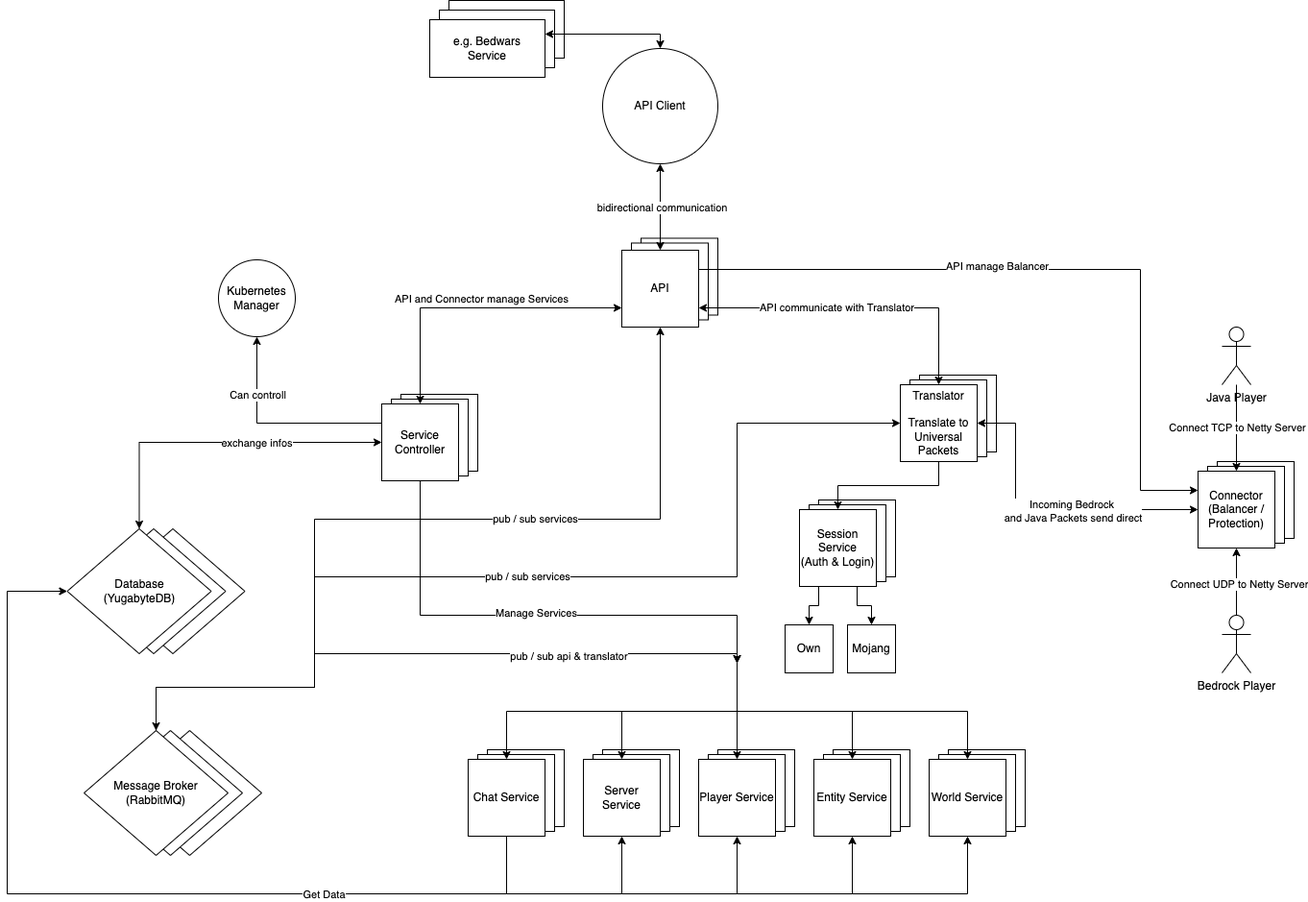
The draw.io diagram images/overview.png in Layercraft/Infos, before a commit. Source tidied: cells renumbered, new cells last; positions are measured from the earlier drawing's top-left corner, leaving out a move shared by most shapes.
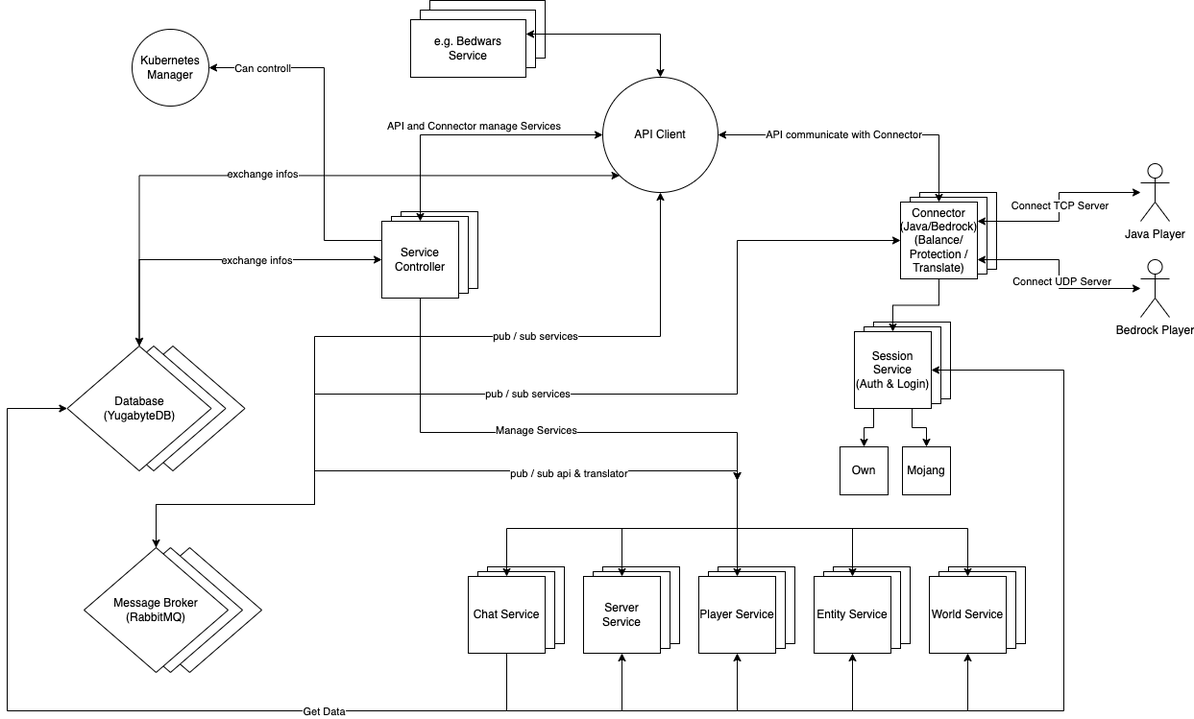
After the change.

Commit message:
Remove Translator and API Server

Change to the diagram source:
```diff
@@ -15,29 +15,17 @@
       <mxGeometry x="77.5" y="550" width="150" height="130" as="geometry" />
     </mxCell>
     <mxCell id="6" style="rounded=0;whiteSpace=wrap;html=1;" parent="1" vertex="1">
-      <mxGeometry x="460" width="120" height="60" as="geometry" />
+      <mxGeometry x="440" y="190" width="120" height="60" as="geometry" />
     </mxCell>
     <mxCell id="7" style="rounded=0;whiteSpace=wrap;html=1;" parent="1" vertex="1">
-      <mxGeometry x="450" y="10" width="120" height="60" as="geometry" />
+      <mxGeometry x="430" y="200" width="120" height="60" as="geometry" />
     </mxCell>
     <mxCell id="8" style="whiteSpace=wrap;html=1;" parent="1" vertex="1">
-      <mxGeometry x="845" y="520" width="80" height="80" as="geometry" />
+      <mxGeometry x="902" y="525" width="80" height="80" as="geometry" />
     </mxCell>
     <mxCell id="9" style="whiteSpace=wrap;html=1;" parent="1" vertex="1">
-      <mxGeometry x="835" y="525" width="80" height="80" as="geometry" />
+      <mxGeometry x="892" y="530" width="80" height="80" as="geometry" />
     </mxCell>
-    <mxCell id="10" style="whiteSpace=wrap;html=1;" parent="1" vertex="1">
-      <mxGeometry x="660" y="247.5" width="80" height="80" as="geometry" />
-    </mxCell>
-    <mxCell id="11" style="whiteSpace=wrap;html=1;" parent="1" vertex="1">
-      <mxGeometry x="650" y="252.5" width="80" height="80" as="geometry" />
-    </mxCell>
-    <mxCell id="12" style="whiteSpace=wrap;html=1;" parent="1" vertex="1">
-      <mxGeometry x="1260" y="480" width="80" height="80" as="geometry" />
-    </mxCell>
-    <mxCell id="13" style="whiteSpace=wrap;html=1;" parent="1" vertex="1">
-      <mxGeometry x="1250" y="485" width="80" height="80" as="geometry" />
-    </mxCell>
     <mxCell id="14" style="whiteSpace=wrap;html=1;" parent="1" vertex="1">
       <mxGeometry x="950" y="390" width="80" height="80" as="geometry" />
     </mxCell>
@@ -80,23 +68,12 @@
     <mxCell id="27" style="whiteSpace=wrap;html=1;" parent="1" vertex="1">
       <mxGeometry x="400" y="415" width="80" height="80" as="geometry" />
     </mxCell>
-    <mxCell id="28" style="edgeStyle=orthogonalEdgeStyle;rounded=0;jettySize=auto;html=1;entryX=0.5;entryY=0;entryDx=0;entryDy=0;" parent="1" edge="1" source="74" target="79">
+    <mxCell id="28" style="edgeStyle=orthogonalEdgeStyle;rounded=0;jettySize=auto;html=1;entryX=1;entryY=0.25;entryDx=0;entryDy=0;startArrow=classic;startFill=1;" parent="1" edge="1" source="74" target="34">
       <mxGeometry relative="1" as="geometry" />
     </mxCell>
-    <mxCell id="29" value="Connect TCP to Netty Server" style="edgeLabel;html=1;align=center;verticalAlign=middle;" parent="28" vertex="1">
+    <mxCell id="29" value="Connect TCP Server" style="edgeLabel;html=1;align=center;verticalAlign=middle;" parent="28" vertex="1">
       <mxGeometry x="-0.02" relative="1" as="geometry" />
     </mxCell>
-    <mxCell id="30" style="edgeStyle=orthogonalEdgeStyle;rounded=0;jettySize=auto;html=1;exitX=0;exitY=0.5;exitDx=0;exitDy=0;startArrow=classic;startFill=1;entryX=1;entryY=0.5;entryDx=0;entryDy=0;" parent="1" edge="1" source="79" target="34">
-      <mxGeometry relative="1" as="geometry">
-        <Array as="points">
-          <mxPoint x="1050" y="530" />
-          <mxPoint x="1050" y="440" />
-        </Array>
-      </mxGeometry>
-    </mxCell>
-    <mxCell id="31" value="Incoming Bedrock&amp;nbsp;&lt;br&gt;and Java Packets send direct" style="edgeLabel;html=1;align=center;verticalAlign=middle;" parent="30" vertex="1">
-      <mxGeometry x="-0.18" y="1" relative="1" as="geometry" />
-    </mxCell>
     <mxCell id="32" value="pub / sub services" style="edgeStyle=orthogonalEdgeStyle;rounded=0;jettySize=auto;html=1;exitX=0;exitY=0.5;exitDx=0;exitDy=0;startArrow=classic;startFill=1;entryX=0.5;entryY=0;entryDx=0;entryDy=0;" parent="1" edge="1" source="34" target="84">
       <mxGeometry relative="1" as="geometry">
         <Array as="points">
@@ -111,7 +88,7 @@
     <mxCell id="33" style="edgeStyle=orthogonalEdgeStyle;rounded=0;jettySize=auto;html=1;exitX=0.5;exitY=1;exitDx=0;exitDy=0;entryX=0.5;entryY=0;entryDx=0;entryDy=0;" parent="1" edge="1" source="34" target="70">
       <mxGeometry relative="1" as="geometry" />
     </mxCell>
-    <mxCell id="34" value="Translator&lt;br&gt;&lt;br&gt;Translate to Universal Packets" style="whiteSpace=wrap;html=1;" parent="1" vertex="1">
+    <mxCell id="34" value="Connector&lt;br&gt;(Java/Bedrock)&lt;br&gt;(Balance/ Protection / Translate)" style="whiteSpace=wrap;html=1;" parent="1" vertex="1">
       <mxGeometry x="930" y="400" width="80" height="80" as="geometry" />
     </mxCell>
     <mxCell id="35" style="edgeStyle=orthogonalEdgeStyle;rounded=0;jettySize=auto;html=1;exitX=0.5;exitY=1;exitDx=0;exitDy=0;exitPerimeter=0;entryX=0.5;entryY=0;entryDx=0;entryDy=0;startArrow=none;startFill=0;" parent="1" edge="1" target="48">
@@ -155,28 +132,14 @@
         <mxPoint x="760" y="690" as="sourcePoint" />
       </mxGeometry>
     </mxCell>
-    <mxCell id="40" style="edgeStyle=orthogonalEdgeStyle;rounded=0;jettySize=auto;html=1;entryX=0.5;entryY=0;entryDx=0;entryDy=0;startArrow=classic;startFill=1;exitX=1;exitY=0.75;exitDx=0;exitDy=0;" parent="1" edge="1" source="45" target="34">
+    <mxCell id="40" style="edgeStyle=orthogonalEdgeStyle;rounded=0;jettySize=auto;html=1;entryX=0.5;entryY=0;entryDx=0;entryDy=0;startArrow=classic;startFill=1;exitX=1;exitY=0.5;exitDx=0;exitDy=0;" parent="1" edge="1" source="73" target="34">
       <mxGeometry relative="1" as="geometry" />
     </mxCell>
-    <mxCell id="41" value="API communicate with Translator" style="edgeLabel;html=1;align=center;verticalAlign=middle;" parent="40" vertex="1">
+    <mxCell id="41" value="API communicate with Connector" style="edgeLabel;html=1;align=center;verticalAlign=middle;" parent="40" vertex="1">
       <mxGeometry x="-0.14" y="1" relative="1" as="geometry" />
     </mxCell>
-    <mxCell id="42" style="edgeStyle=orthogonalEdgeStyle;rounded=0;jettySize=auto;html=1;exitX=1;exitY=0.5;exitDx=0;exitDy=0;entryX=0;entryY=0.25;entryDx=0;entryDy=0;startArrow=none;startFill=0;" parent="1" edge="1" source="45" target="79">
-      <mxGeometry relative="1" as="geometry">
-        <Array as="points">
-          <mxPoint x="720" y="280" />
-          <mxPoint x="1180" y="280" />
-          <mxPoint x="1180" y="510" />
-        </Array>
-      </mxGeometry>
-    </mxCell>
-    <mxCell id="43" value="API manage Balancer" style="edgeLabel;html=1;align=center;verticalAlign=middle;" parent="42" vertex="1">
-      <mxGeometry x="0.07" y="4" relative="1" as="geometry">
-        <mxPoint x="-81" as="offset" />
-      </mxGeometry>
-    </mxCell>
-    <mxCell id="44" value="pub / sub services" style="edgeStyle=orthogonalEdgeStyle;rounded=0;jettySize=auto;html=1;exitX=0.5;exitY=1;exitDx=0;exitDy=0;startArrow=classic;startFill=1;entryX=1;entryY=0;entryDx=0;entryDy=0;" parent="1" edge="1" source="45" target="84">
-      <mxGeometry x="-0.35" relative="1" as="geometry">
+    <mxCell id="44" value="pub / sub services" style="edgeStyle=orthogonalEdgeStyle;rounded=0;jettySize=auto;html=1;exitX=0.5;exitY=1;exitDx=0;exitDy=0;startArrow=classic;startFill=1;entryX=1;entryY=0;entryDx=0;entryDy=0;" parent="1" edge="1" source="73" target="84">
+      <mxGeometry x="-0.42" relative="1" as="geometry">
         <Array as="points">
           <mxPoint x="680" y="540" />
           <mxPoint x="320" y="540" />
@@ -186,9 +149,6 @@
         </Array>
       </mxGeometry>
     </mxCell>
-    <mxCell id="45" value="API" style="rounded=0;whiteSpace=wrap;html=1;" parent="1" vertex="1">
-      <mxGeometry x="640" y="260" width="80" height="80" as="geometry" />
-    </mxCell>
     <mxCell id="46" value="Server Service" style="whiteSpace=wrap;html=1;" parent="1" vertex="1">
       <mxGeometry x="600" y="790" width="80" height="80" as="geometry" />
     </mxCell>
@@ -252,7 +212,7 @@
     <mxCell id="57" value="Manage Services" style="edgeLabel;html=1;align=center;verticalAlign=middle;" parent="56" vertex="1">
       <mxGeometry y="3" relative="1" as="geometry" />
     </mxCell>
-    <mxCell id="58" style="edgeStyle=orthogonalEdgeStyle;rounded=0;jettySize=auto;html=1;exitX=0.5;exitY=0;exitDx=0;exitDy=0;entryX=0;entryY=0.75;entryDx=0;entryDy=0;startArrow=classic;startFill=1;" parent="1" edge="1" source="62" target="45">
+    <mxCell id="58" style="edgeStyle=orthogonalEdgeStyle;rounded=0;jettySize=auto;html=1;exitX=0.5;exitY=0;exitDx=0;exitDy=0;entryX=0;entryY=0.5;entryDx=0;entryDy=0;startArrow=classic;startFill=1;" parent="1" edge="1" source="62" target="73">
       <mxGeometry relative="1" as="geometry" />
     </mxCell>
     <mxCell id="59" value="API and Connector manage Services" style="edgeLabel;html=1;align=center;verticalAlign=middle;" parent="58" vertex="1">
@@ -260,27 +220,22 @@
         <mxPoint x="-28" y="-6" as="offset" />
       </mxGeometry>
     </mxCell>
-    <mxCell id="60" style="edgeStyle=orthogonalEdgeStyle;rounded=0;jettySize=auto;html=1;exitX=0;exitY=0.25;exitDx=0;exitDy=0;entryX=0.5;entryY=1;entryDx=0;entryDy=0;" parent="1" edge="1" source="62" target="78">
+    <mxCell id="60" style="edgeStyle=orthogonalEdgeStyle;rounded=0;jettySize=auto;html=1;exitX=0;exitY=0.25;exitDx=0;exitDy=0;entryX=1;entryY=0.5;entryDx=0;entryDy=0;" parent="1" edge="1" source="62" target="78">
       <mxGeometry relative="1" as="geometry">
         <Array as="points">
-          <mxPoint x="260" y="440" />
+          <mxPoint x="330" y="440" />
+          <mxPoint x="330" y="260" />
         </Array>
       </mxGeometry>
     </mxCell>
     <mxCell id="61" value="Can controll" style="edgeLabel;html=1;align=center;verticalAlign=middle;" parent="60" vertex="1">
       <mxGeometry x="0.02" relative="1" as="geometry">
-        <mxPoint x="-17" y="-30" as="offset" />
+        <mxPoint x="-65" y="-56" as="offset" />
       </mxGeometry>
     </mxCell>
     <mxCell id="62" value="Service Controller" style="whiteSpace=wrap;html=1;rounded=0;shadow=0;glass=0;" parent="1" vertex="1">
       <mxGeometry x="390" y="420" width="80" height="80" as="geometry" />
     </mxCell>
-    <mxCell id="63" style="edgeStyle=orthogonalEdgeStyle;rounded=0;jettySize=auto;html=1;entryX=0.5;entryY=0;entryDx=0;entryDy=0;startArrow=classic;startFill=1;exitX=0.5;exitY=1;exitDx=0;exitDy=0;" parent="1" edge="1" source="73" target="45">
-      <mxGeometry relative="1" as="geometry" />
-    </mxCell>
-    <mxCell id="64" value="bidirectional communication" style="edgeLabel;html=1;align=center;verticalAlign=middle;" parent="63" vertex="1">
-      <mxGeometry y="1" relative="1" as="geometry" />
-    </mxCell>
     <mxCell id="65" style="edgeStyle=orthogonalEdgeStyle;rounded=0;jettySize=auto;html=1;exitX=0.5;exitY=0;exitDx=0;exitDy=0;entryX=0;entryY=0.5;entryDx=0;entryDy=0;startArrow=classic;startFill=1;" parent="1" edge="1" source="68" target="62">
       <mxGeometry relative="1" as="geometry">
         <Array as="points">
@@ -302,45 +257,54 @@
     <mxCell id="69" style="edgeStyle=orthogonalEdgeStyle;rounded=0;jettySize=auto;html=1;exitX=0.25;exitY=1;exitDx=0;exitDy=0;entryX=0.5;entryY=0;entryDx=0;entryDy=0;" parent="1" edge="1" source="70" target="72">
       <mxGeometry relative="1" as="geometry" />
     </mxCell>
+    <mxCell id="86" style="edgeStyle=orthogonalEdgeStyle;rounded=0;jettySize=auto;html=1;exitX=1;exitY=0.5;exitDx=0;exitDy=0;startArrow=classic;startFill=1;endArrow=none;endFill=0;" parent="1" edge="1" source="70">
+      <mxGeometry relative="1" as="geometry">
+        <mxPoint x="1000" y="930" as="targetPoint" />
+        <Array as="points">
+          <mxPoint x="1100" y="575" />
+          <mxPoint x="1100" y="930" />
+        </Array>
+      </mxGeometry>
+    </mxCell>
     <mxCell id="70" value="Session Service&lt;br&gt;(Auth &amp;amp; Login)" style="whiteSpace=wrap;html=1;" parent="1" vertex="1">
-      <mxGeometry x="825" y="530" width="80" height="80" as="geometry" />
+      <mxGeometry x="882" y="535" width="80" height="80" as="geometry" />
     </mxCell>
     <mxCell id="71" value="Mojang" style="whiteSpace=wrap;html=1;" parent="1" vertex="1">
-      <mxGeometry x="875" y="650" width="50" height="50" as="geometry" />
+      <mxGeometry x="932" y="655" width="50" height="50" as="geometry" />
     </mxCell>
     <mxCell id="72" value="Own" style="whiteSpace=wrap;html=1;" parent="1" vertex="1">
-      <mxGeometry x="810" y="650" width="50" height="50" as="geometry" />
+      <mxGeometry x="867" y="655" width="50" height="50" as="geometry" />
     </mxCell>
+    <mxCell id="87" style="edgeStyle=orthogonalEdgeStyle;rounded=0;jettySize=auto;html=1;exitX=0;exitY=1;exitDx=0;exitDy=0;entryX=0.5;entryY=0;entryDx=0;entryDy=0;startArrow=classic;startFill=1;" parent="1" edge="1" source="73" target="68">
+      <mxGeometry relative="1" as="geometry" />
+    </mxCell>
     <mxCell id="73" value="API Client" style="ellipse;whiteSpace=wrap;html=1;" parent="1" vertex="1">
-      <mxGeometry x="620" y="50" width="120" height="120" as="geometry" />
+      <mxGeometry x="620" y="270" width="120" height="120" as="geometry" />
     </mxCell>
     <mxCell id="74" value="Java Player" style="shape=umlActor;verticalLabelPosition=bottom;verticalAlign=top;html=1;outlineConnect=0;" parent="1" vertex="1">
-      <mxGeometry x="1265" y="340" width="30" height="60" as="geometry" />
+      <mxGeometry x="1180" y="360" width="30" height="60" as="geometry" />
     </mxCell>
-    <mxCell id="75" style="edgeStyle=orthogonalEdgeStyle;rounded=0;jettySize=auto;html=1;exitX=0.5;exitY=0;exitDx=0;exitDy=0;exitPerimeter=0;" parent="1" edge="1" source="77" target="79">
+    <mxCell id="75" style="edgeStyle=orthogonalEdgeStyle;rounded=0;jettySize=auto;html=1;entryX=1;entryY=0.75;entryDx=0;entryDy=0;startArrow=classic;startFill=1;" parent="1" edge="1" source="77" target="34">
       <mxGeometry relative="1" as="geometry" />
     </mxCell>
-    <mxCell id="76" value="Connect UDP to Netty Server" style="edgeLabel;html=1;align=center;verticalAlign=middle;" parent="75" vertex="1">
+    <mxCell id="76" value="Connect UDP Server" style="edgeLabel;html=1;align=center;verticalAlign=middle;" parent="75" vertex="1">
       <mxGeometry x="-0.07" y="-2" relative="1" as="geometry" />
     </mxCell>
     <mxCell id="77" value="Bedrock Player" style="shape=umlActor;verticalLabelPosition=bottom;verticalAlign=top;html=1;outlineConnect=0;" parent="1" vertex="1">
-      <mxGeometry x="1265" y="640" width="30" height="60" as="geometry" />
+      <mxGeometry x="1180" y="460" width="30" height="60" as="geometry" />
     </mxCell>
     <mxCell id="78" value="Kubernetes&lt;br&gt;Manager" style="ellipse;whiteSpace=wrap;html=1;" parent="1" vertex="1">
-      <mxGeometry x="220" y="270" width="80" height="80" as="geometry" />
+      <mxGeometry x="130" y="220" width="80" height="80" as="geometry" />
     </mxCell>
-    <mxCell id="79" value="Connector&lt;br&gt;(Balancer / Protection)" style="whiteSpace=wrap;html=1;" parent="1" vertex="1">
-      <mxGeometry x="1240" y="490" width="80" height="80" as="geometry" />
-    </mxCell>
     <mxCell id="80" style="edgeStyle=orthogonalEdgeStyle;rounded=0;jettySize=auto;html=1;exitX=1;exitY=0.25;exitDx=0;exitDy=0;entryX=0.5;entryY=0;entryDx=0;entryDy=0;startArrow=classic;startFill=1;" parent="1" edge="1" source="81" target="73">
       <mxGeometry relative="1" as="geometry">
         <Array as="points">
-          <mxPoint x="680" y="35" />
+          <mxPoint x="680" y="225" />
         </Array>
       </mxGeometry>
     </mxCell>
     <mxCell id="81" value="e.g. Bedwars&lt;br&gt;Service" style="rounded=0;whiteSpace=wrap;html=1;shadow=0;" parent="1" vertex="1">
-      <mxGeometry x="440" y="20" width="120" height="60" as="geometry" />
+      <mxGeometry x="420" y="210" width="120" height="60" as="geometry" />
     </mxCell>
     <mxCell id="82" style="edgeStyle=orthogonalEdgeStyle;rounded=0;orthogonalLoop=1;jettySize=auto;html=1;startArrow=none;startFill=0;" parent="1" edge="1">
       <mxGeometry relative="1" as="geometry">
@@ -367,5 +331,8 @@
         </Array>
       </mxGeometry>
     </mxCell>
+    <mxCell id="88" value="exchange infos" style="edgeLabel;html=1;align=center;verticalAlign=middle;" parent="1" vertex="1">
+      <mxGeometry x="265" y="370" as="geometry" />
+    </mxCell>
   </root>
 </mxGraphModel>
```
